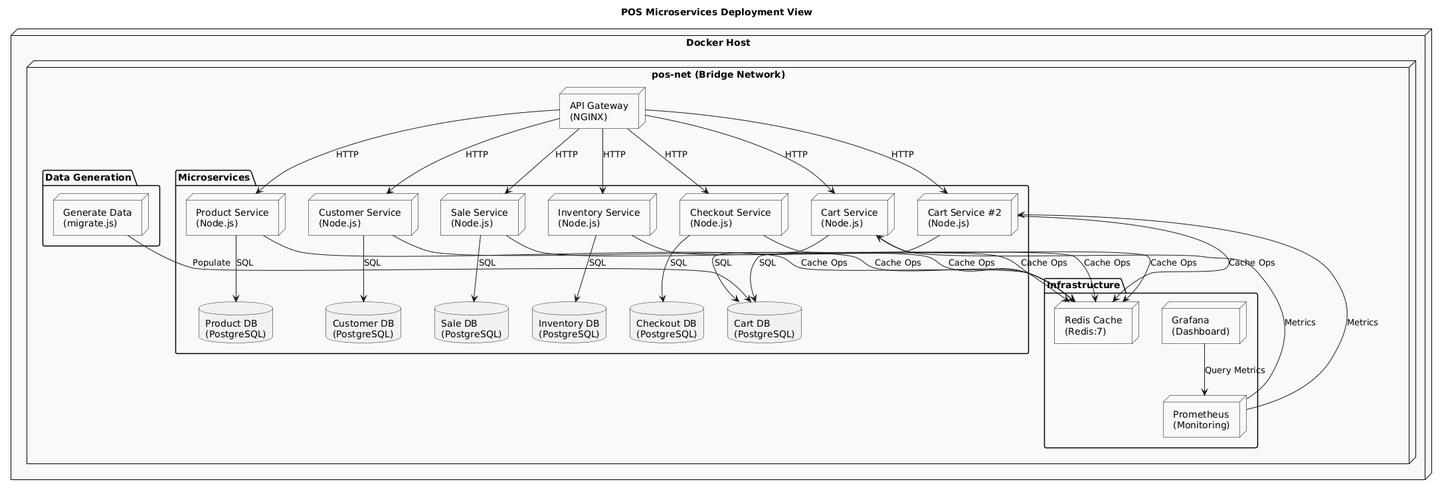
Earlier version of the PlantUML export out/docs/UML/VueDeploiement/VueDeploiement.png (Jonathan-Lorfils/LOG430-Lab).
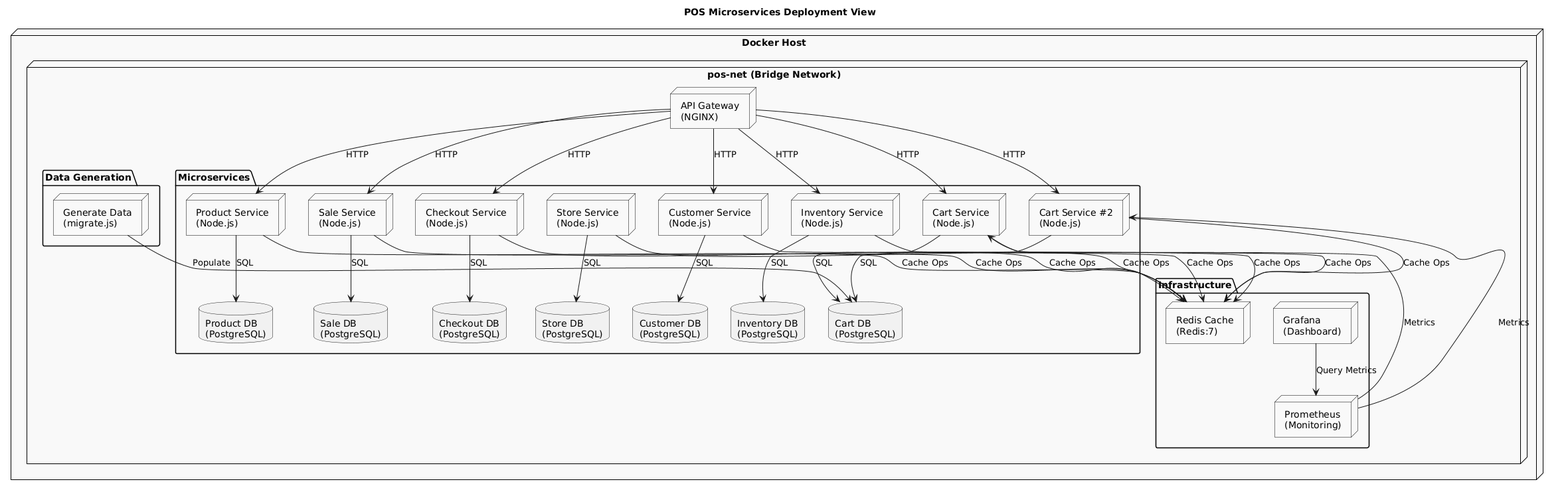
After the change.

Change to the diagram source:
```diff
@@ -26,6 +26,9 @@
 
       node "Inventory Service\n(Node.js)" as inventory_service
       database "Inventory DB\n(PostgreSQL)" as inventory_db
+
+      node "Store Service\n(Node.js)" as store_service
+      database "Store DB\n(PostgreSQL)" as store_db
 
       node "Customer Service\n(Node.js)" as customer_service
       database "Customer DB\n(PostgreSQL)" as customer_db
@@ -67,6 +70,7 @@
 cart_service --> cart_db : SQL
 cart_service2 --> cart_db : SQL
 checkout_service --> checkout_db : SQL
+store_service --> store_db : SQL
 
 product_service --> redis : Cache Ops
 sale_service --> redis : Cache Ops
@@ -75,6 +79,7 @@
 cart_service --> redis : Cache Ops
 cart_service2 --> redis : Cache Ops
 checkout_service --> redis : Cache Ops
+store_service --> redis : Cache Ops
 
 prometheus --> cart_service : Metrics
 prometheus --> cart_service2 : Metrics
```
